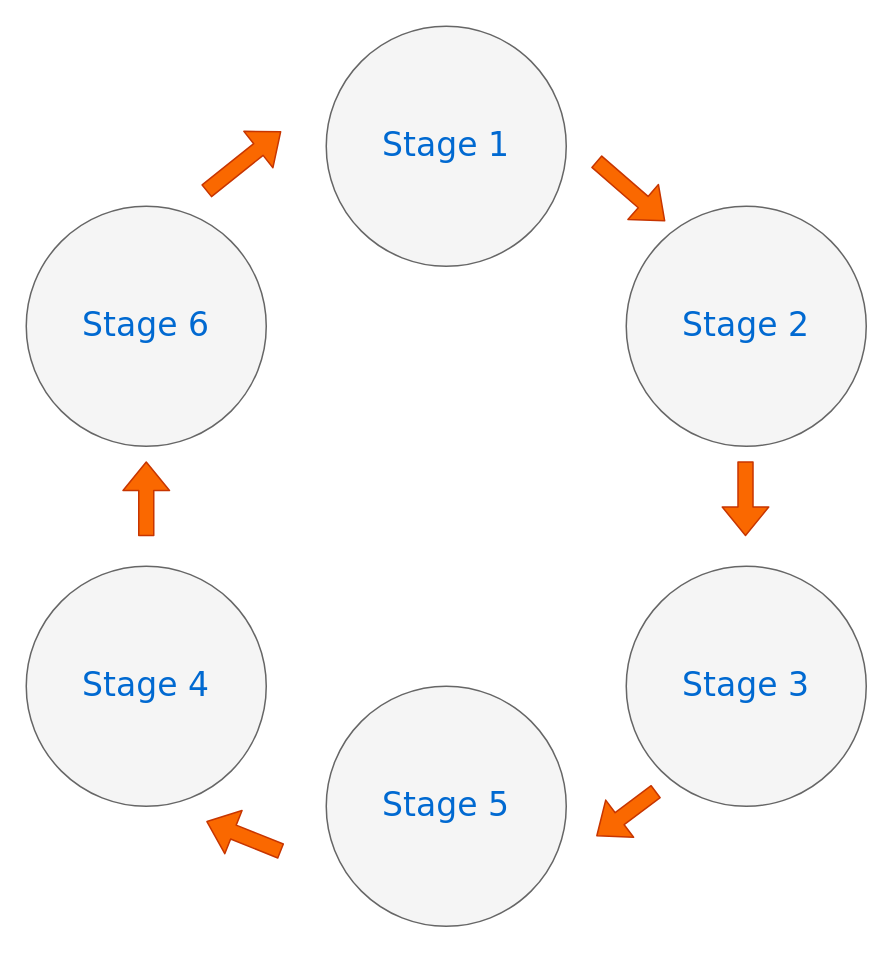
xinyimq/yixinwork keeps this draw.io diagram as 持续集成的实施过程.drawio. Above is the earlier version. Source tidied: cells renumbered, new cells numbered last; positions are measured from the earlier drawing's top-left corner, leaving out a move shared by most shapes. Both pictures are drawn from the tidied source at 150%, with x=0, y=0 at pixel (26, 26).
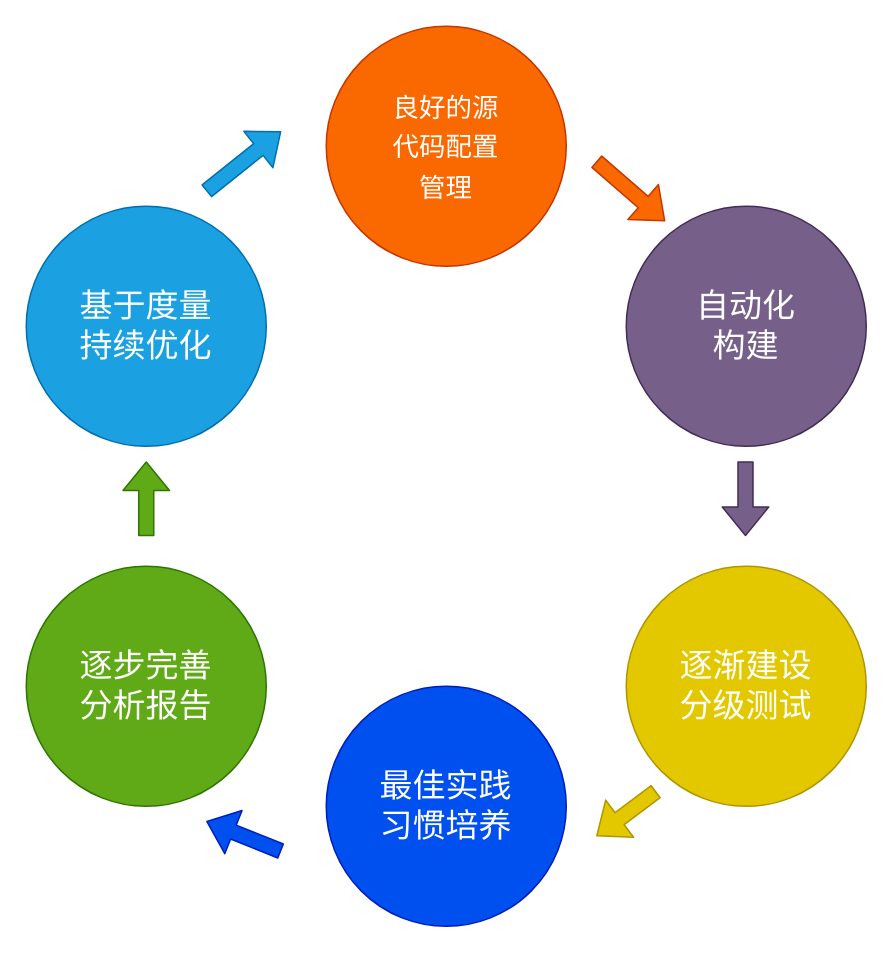
The same page after the edit.

Commit message (it also covers changes not shown here):
Update 持续集成的实施过程.drawio

The edit, as a diff of the source:
```diff
@@
 <mxGraphModel background="#ffffff">
   <root>
     <mxCell id="0" />
     <mxCell id="1" parent="0" />
-    <mxCell id="2" value="Stage 1" style="ellipse;whiteSpace=wrap;html=1;rounded=0;shadow=0;dashed=0;comic=0;fontFamily=Verdana;fontSize=22;fontColor=#0069D1;fillColor=#f5f5f5;strokeColor=#666666;" parent="1" vertex="1">
+    <mxCell id="2" value="&lt;font face=&quot;HannotateSC-W5&quot;&gt;&lt;span style=&quot;font-size: 17.6449px&quot;&gt;良好的源&lt;br&gt;代码配置&lt;br&gt;管理&lt;/span&gt;&lt;/font&gt;" style="ellipse;whiteSpace=wrap;html=1;rounded=0;shadow=0;dashed=0;comic=0;fontFamily=Verdana;fontSize=22;fontColor=#ffffff;fillColor=#fa6800;strokeColor=#C73500;" parent="1" vertex="1">
       <mxGeometry x="200" width="160" height="160" as="geometry" />
     </mxCell>
-    <mxCell id="3" value="Stage 5" style="ellipse;whiteSpace=wrap;html=1;rounded=0;shadow=0;dashed=0;comic=0;fontFamily=Verdana;fontSize=22;fontColor=#0069D1;fillColor=#f5f5f5;strokeColor=#666666;" parent="1" vertex="1">
+    <mxCell id="3" value="最佳实践&lt;br&gt;习惯培养" style="ellipse;whiteSpace=wrap;html=1;rounded=0;shadow=0;dashed=0;comic=0;fontFamily=Verdana;fontSize=22;fontColor=#ffffff;fillColor=#0050ef;strokeColor=#001DBC;" parent="1" vertex="1">
       <mxGeometry x="200" y="440" width="160" height="160" as="geometry" />
     </mxCell>
-    <mxCell id="4" value="Stage 3" style="ellipse;whiteSpace=wrap;html=1;rounded=0;shadow=0;dashed=0;comic=0;fontFamily=Verdana;fontSize=22;fontColor=#0069D1;fillColor=#f5f5f5;strokeColor=#666666;" parent="1" vertex="1">
+    <mxCell id="4" value="逐渐建设&lt;br&gt;分级测试" style="ellipse;whiteSpace=wrap;html=1;rounded=0;shadow=0;dashed=0;comic=0;fontFamily=Verdana;fontSize=22;fontColor=#ffffff;fillColor=#e3c800;strokeColor=#B09500;" parent="1" vertex="1">
       <mxGeometry x="400" y="360" width="160" height="160" as="geometry" />
     </mxCell>
-    <mxCell id="5" value="Stage 2" style="ellipse;whiteSpace=wrap;html=1;rounded=0;shadow=0;dashed=0;comic=0;fontFamily=Verdana;fontSize=22;fontColor=#0069D1;fillColor=#f5f5f5;strokeColor=#666666;" parent="1" vertex="1">
+    <mxCell id="5" value="自动化&lt;br&gt;构建" style="ellipse;whiteSpace=wrap;html=1;rounded=0;shadow=0;dashed=0;comic=0;fontFamily=Verdana;fontSize=22;fontColor=#ffffff;fillColor=#76608a;strokeColor=#432D57;" parent="1" vertex="1">
       <mxGeometry x="400" y="120" width="160" height="160" as="geometry" />
     </mxCell>
-    <mxCell id="6" value="Stage 4" style="ellipse;whiteSpace=wrap;html=1;rounded=0;shadow=0;dashed=0;comic=0;fontFamily=Verdana;fontSize=22;fontColor=#0069D1;fillColor=#f5f5f5;strokeColor=#666666;" parent="1" vertex="1">
+    <mxCell id="6" value="逐步完善&lt;br&gt;分析报告" style="ellipse;whiteSpace=wrap;html=1;rounded=0;shadow=0;dashed=0;comic=0;fontFamily=Verdana;fontSize=22;fontColor=#ffffff;fillColor=#60a917;strokeColor=#2D7600;" parent="1" vertex="1">
       <mxGeometry y="360" width="160" height="160" as="geometry" />
     </mxCell>
-    <mxCell id="7" value="Stage 6" style="ellipse;whiteSpace=wrap;html=1;rounded=0;shadow=0;dashed=0;comic=0;fontFamily=Verdana;fontSize=22;fontColor=#0069D1;fillColor=#f5f5f5;strokeColor=#666666;" parent="1" vertex="1">
+    <mxCell id="7" value="基于度量&lt;br&gt;持续优化" style="ellipse;whiteSpace=wrap;html=1;rounded=0;shadow=0;dashed=0;comic=0;fontFamily=Verdana;fontSize=22;fontColor=#ffffff;fillColor=#1ba1e2;strokeColor=#006EAF;" parent="1" vertex="1">
       <mxGeometry y="120" width="160" height="160" as="geometry" />
     </mxCell>
     <mxCell id="8" style="shape=flexArrow;endArrow=classic;html=1;fillColor=#fa6800;strokeColor=#C73500;" parent="1" edge="1">
       <mxGeometry relative="1" as="geometry">
         <mxPoint x="380" y="90" as="sourcePoint" />
         <mxPoint x="426" y="130" as="targetPoint" />
       </mxGeometry>
     </mxCell>
-    <mxCell id="9" style="shape=flexArrow;endArrow=classic;html=1;fillColor=#fa6800;strokeColor=#C73500;" parent="1" edge="1">
+    <mxCell id="9" style="shape=flexArrow;endArrow=classic;html=1;fillColor=#76608a;strokeColor=#432D57;" parent="1" edge="1">
       <mxGeometry relative="1" as="geometry">
         <mxPoint x="479.5" y="290" as="sourcePoint" />
         <mxPoint x="479.5" y="340" as="targetPoint" />
       </mxGeometry>
     </mxCell>
-    <mxCell id="10" style="shape=flexArrow;endArrow=classic;html=1;fillColor=#fa6800;strokeColor=#C73500;" parent="1" edge="1">
+    <mxCell id="10" style="shape=flexArrow;endArrow=classic;html=1;fillColor=#e3c800;strokeColor=#B09500;" parent="1" edge="1">
       <mxGeometry relative="1" as="geometry">
         <mxPoint x="420" y="510" as="sourcePoint" />
         <mxPoint x="380" y="540" as="targetPoint" />
       </mxGeometry>
     </mxCell>
-    <mxCell id="11" style="shape=flexArrow;endArrow=classic;html=1;fillColor=#fa6800;strokeColor=#C73500;" parent="1" edge="1">
+    <mxCell id="11" style="shape=flexArrow;endArrow=classic;html=1;fillColor=#60a917;strokeColor=#2D7600;" parent="1" edge="1">
       <mxGeometry relative="1" as="geometry">
         <mxPoint x="80" y="340" as="sourcePoint" />
         <mxPoint x="80" y="290" as="targetPoint" />
       </mxGeometry>
     </mxCell>
-    <mxCell id="12" style="shape=flexArrow;endArrow=classic;html=1;fillColor=#fa6800;strokeColor=#C73500;" parent="1" edge="1">
+    <mxCell id="12" style="shape=flexArrow;endArrow=classic;html=1;fillColor=#0050ef;strokeColor=#001DBC;" parent="1" edge="1">
       <mxGeometry relative="1" as="geometry">
         <mxPoint x="170" y="550" as="sourcePoint" />
         <mxPoint x="120" y="530" as="targetPoint" />
       </mxGeometry>
     </mxCell>
-    <mxCell id="13" style="shape=flexArrow;endArrow=classic;html=1;fillColor=#fa6800;strokeColor=#C73500;" parent="1" edge="1">
+    <mxCell id="13" style="shape=flexArrow;endArrow=classic;html=1;fillColor=#1ba1e2;strokeColor=#006EAF;" parent="1" edge="1">
       <mxGeometry relative="1" as="geometry">
         <mxPoint x="120" y="110" as="sourcePoint" />
         <mxPoint x="170" y="70" as="targetPoint" />
       </mxGeometry>
     </mxCell>
   </root>
 </mxGraphModel>
```
